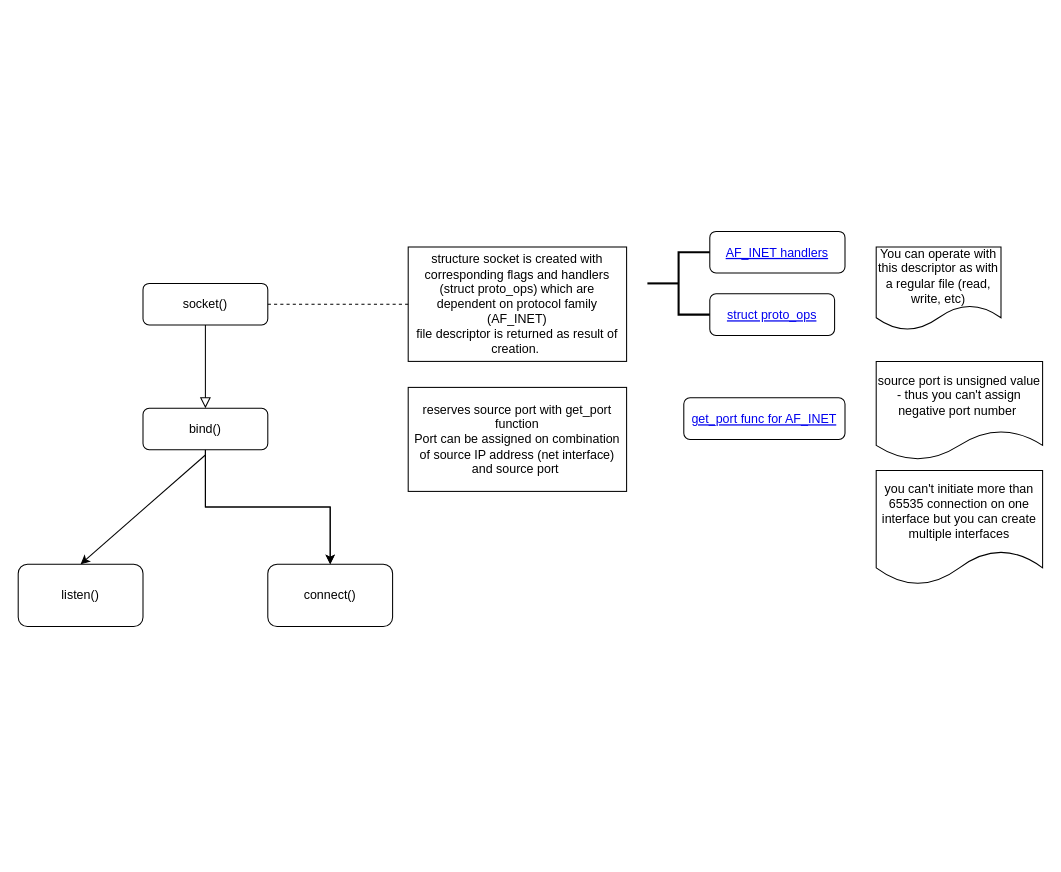
Before: tcp_article.drawio in etyvrox/blog, a draw.io diagram. Source tidied: cells renumbered, new cells numbered last; positions are measured from the earlier drawing's top-left corner, leaving out a move shared by most shapes. Both pictures are drawn from the tidied source at 104%, with x=0, y=0 at pixel (18, 231).
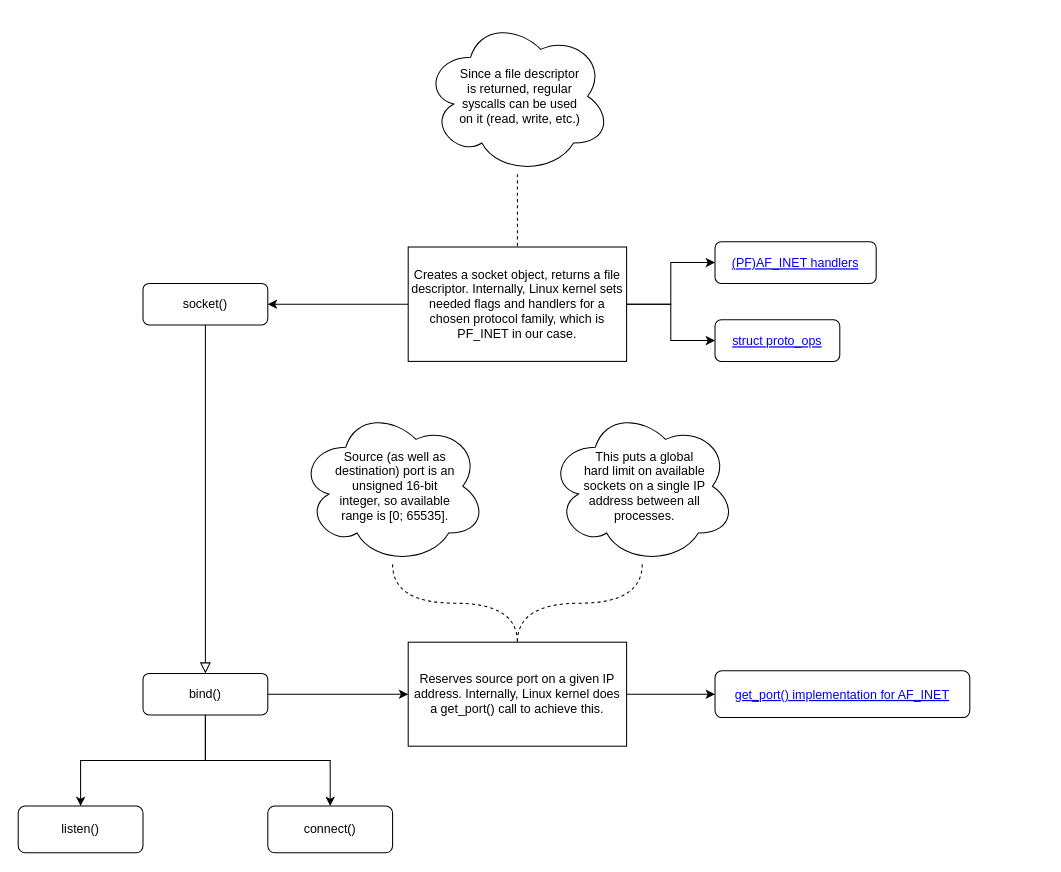
Above is the later version.

Commit message:
tcp_article: prettify

Unchanged cells that the change refers to:
```xml
<mxCell id="3" value="socket()" style="rounded=1;whiteSpace=wrap;html=1;fontSize=12;glass=0;strokeWidth=1;shadow=0;" parent="1" vertex="1">
  <mxGeometry x="120" y="50" width="120" height="40" as="geometry" />
</mxCell>
```

The edit, as a diff of the source:
```diff
@@
+    <mxCell id="20" style="edgeStyle=orthogonalEdgeStyle;rounded=0;jettySize=auto;html=1;entryX=1;entryY=0.5;entryDx=0;entryDy=0;" parent="1" edge="1" source="4" target="3">
+      <mxGeometry relative="1" as="geometry" />
+    </mxCell>
-    <mxCell id="4" value="structure socket is created with corresponding flags and handlers (struct proto_ops) which are dependent on protocol family (AF_INET)&lt;br&gt;file descriptor is returned as result of creation.&amp;nbsp;" style="whiteSpace=wrap;html=1;" parent="1" vertex="1">
+    <mxCell id="4" value="Creates a socket object, returns a file descriptor. Internally, Linux kernel sets needed flags and handlers for a chosen protocol family, which is PF_INET in our case." style="whiteSpace=wrap;html=1;spacingLeft=2;spacingRight=2;" parent="1" vertex="1">
       <mxGeometry x="375" y="15" width="210" height="110" as="geometry" />
     </mxCell>
-    <mxCell id="5" style="endArrow=none;dashed=1;html=1;rounded=0;entryX=0;entryY=0.5;entryDx=0;entryDy=0;exitX=1;exitY=0.5;exitDx=0;exitDy=0;" parent="1" edge="1" source="3" target="4">
-      <mxGeometry relative="1" as="geometry" />
-    </mxCell>
+    <mxCell id="21" style="edgeStyle=orthogonalEdgeStyle;rounded=0;jettySize=auto;html=1;startArrow=classic;startFill=1;endArrow=none;endFill=0;" parent="1" edge="1" source="6" target="4">
+      <mxGeometry relative="1" as="geometry" />
+    </mxCell>
-    <mxCell id="6" value="AF_INET handlers" style="fontColor=#0000EE;fontStyle=4;rounded=1;overflow=hidden;spacing=10;" parent="1" vertex="1">
-      <mxGeometry x="665" width="130" height="40" as="geometry" />
+    <mxCell id="6" value="(PF)AF_INET handlers" style="fontColor=#0000EE;fontStyle=4;rounded=1;overflow=hidden;spacing=10;" parent="1" vertex="1">
+      <mxGeometry x="670" y="10" width="155" height="40" as="geometry" />
     </mxCell>
+    <mxCell id="22" style="edgeStyle=orthogonalEdgeStyle;rounded=0;jettySize=auto;html=1;endArrow=none;endFill=0;startArrow=classic;startFill=1;" parent="1" edge="1" source="7" target="4">
+      <mxGeometry relative="1" as="geometry" />
+    </mxCell>
     <mxCell id="7" value="struct proto_ops" style="fontColor=#0000EE;fontStyle=4;rounded=1;overflow=hidden;spacing=10;" parent="1" vertex="1">
-      <mxGeometry x="665" y="60" width="120" height="40" as="geometry" />
+      <mxGeometry x="670" y="85" width="120" height="40" as="geometry" />
     </mxCell>
-    <mxCell id="8" style="strokeWidth=2;html=1;shape=mxgraph.flowchart.annotation_2;align=left;labelPosition=right;" parent="1" vertex="1">
-      <mxGeometry x="605" y="20" width="60" height="60" as="geometry" />
-    </mxCell>
-    <mxCell id="9" value="You can operate with this descriptor as with a regular file (read, write, etc)" style="shape=document;whiteSpace=wrap;html=1;boundedLbl=1;" parent="1" vertex="1">
-      <mxGeometry x="825" y="15" width="120" height="80" as="geometry" />
-    </mxCell>
-    <mxCell id="10" style="edgeStyle=orthogonalEdgeStyle;rounded=0;jettySize=auto;html=1;" parent="1" edge="1" source="12" target="17">
-      <mxGeometry relative="1" as="geometry" />
-    </mxCell>
-    <mxCell id="11" style="edgeStyle=orthogonalEdgeStyle;rounded=0;jettySize=auto;html=1;" parent="1" edge="1" source="12" target="17">
-      <mxGeometry relative="1" as="geometry" />
-    </mxCell>
+    <mxCell id="23" style="edgeStyle=orthogonalEdgeStyle;rounded=0;jettySize=auto;html=1;" parent="1" edge="1" source="12" target="18">
+      <mxGeometry relative="1" as="geometry" />
+    </mxCell>
+    <mxCell id="24" style="edgeStyle=orthogonalEdgeStyle;rounded=0;jettySize=auto;html=1;entryX=0.5;entryY=0;entryDx=0;entryDy=0;" parent="1" edge="1" source="12" target="17">
+      <mxGeometry relative="1" as="geometry" />
+    </mxCell>
+    <mxCell id="25" style="edgeStyle=orthogonalEdgeStyle;rounded=0;jettySize=auto;html=1;entryX=0;entryY=0.5;entryDx=0;entryDy=0;" parent="1" edge="1" source="12" target="13">
+      <mxGeometry relative="1" as="geometry" />
+    </mxCell>
     <mxCell id="12" value="bind()" style="rounded=1;whiteSpace=wrap;html=1;fontSize=12;glass=0;strokeWidth=1;shadow=0;" parent="1" vertex="1">
-      <mxGeometry x="120" y="170" width="120" height="40" as="geometry" />
+      <mxGeometry x="120" y="425" width="120" height="40" as="geometry" />
     </mxCell>
-    <mxCell id="13" value="reserves source port with get_port function&lt;br&gt;Port can be assigned on combination of source IP address (net interface) and source port&amp;nbsp;" style="rounded=0;whiteSpace=wrap;html=1;" parent="1" vertex="1">
-      <mxGeometry x="375" y="150" width="210" height="100" as="geometry" />
+    <mxCell id="13" value="Reserves source port on a given IP address. Internally, Linux kernel does a get_port() call to achieve this." style="rounded=0;whiteSpace=wrap;html=1;spacingLeft=2;spacingRight=2;" parent="1" vertex="1">
+      <mxGeometry x="375" y="395" width="210" height="100" as="geometry" />
     </mxCell>
+    <mxCell id="26" style="edgeStyle=orthogonalEdgeStyle;rounded=0;jettySize=auto;html=1;endArrow=none;endFill=0;startArrow=classic;startFill=1;" parent="1" edge="1" source="14" target="13">
+      <mxGeometry relative="1" as="geometry" />
+    </mxCell>
-    <mxCell id="14" value="get_port func for AF_INET" style="fontColor=#0000EE;fontStyle=4;rounded=1;overflow=hidden;spacing=10;" parent="1" vertex="1">
-      <mxGeometry x="640" y="160" width="155" height="40" as="geometry" />
+    <mxCell id="14" value="get_port() implementation for AF_INET" style="fontColor=#0000EE;fontStyle=4;rounded=1;overflow=hidden;spacing=10;" parent="1" vertex="1">
+      <mxGeometry x="670" y="422.5" width="245" height="45" as="geometry" />
     </mxCell>
-    <mxCell id="15" value="source port is unsigned value - thus you can't assign negative port number&amp;nbsp;" style="shape=document;whiteSpace=wrap;html=1;boundedLbl=1;" parent="1" vertex="1">
-      <mxGeometry x="825" y="125" width="160" height="95" as="geometry" />
-    </mxCell>
-    <mxCell id="16" value="you can't initiate more than 65535 connection on one interface but you can create multiple interfaces" style="shape=document;whiteSpace=wrap;html=1;boundedLbl=1;" parent="1" vertex="1">
-      <mxGeometry x="825" y="230" width="160" height="110" as="geometry" />
-    </mxCell>
     <mxCell id="17" value="connect()" style="whiteSpace=wrap;html=1;rounded=1;glass=0;strokeWidth=1;shadow=0;" parent="1" vertex="1">
-      <mxGeometry x="240" y="320" width="120" height="60" as="geometry" />
+      <mxGeometry x="240" y="552.5" width="120" height="45" as="geometry" />
     </mxCell>
     <mxCell id="18" value="listen()" style="rounded=1;whiteSpace=wrap;html=1;" parent="1" vertex="1">
-      <mxGeometry y="320" width="120" height="60" as="geometry" />
+      <mxGeometry y="552.5" width="120" height="45" as="geometry" />
     </mxCell>
-    <mxCell id="19" style="endArrow=classic;html=1;rounded=0;entryX=0.5;entryY=0;entryDx=0;entryDy=0;" parent="1" edge="1" target="18">
-      <mxGeometry relative="1" as="geometry">
-        <mxPoint x="180" y="215" as="sourcePoint" />
-      </mxGeometry>
-    </mxCell>
+    <mxCell id="27" style="edgeStyle=orthogonalEdgeStyle;rounded=0;jettySize=auto;html=1;entryX=0.5;entryY=0;entryDx=0;entryDy=0;curved=1;dashed=1;endArrow=none;endFill=0;" parent="1" edge="1" source="28" target="4">
+      <mxGeometry relative="1" as="geometry" />
+    </mxCell>
+    <mxCell id="28" value="&lt;div style=&quot;&quot;&gt;&lt;span style=&quot;background-color: initial;&quot;&gt;Since a file descriptor is returned, regular syscalls can be used on it (read, write, etc.)&lt;/span&gt;&lt;/div&gt;" style="ellipse;shape=cloud;whiteSpace=wrap;html=1;align=center;perimeterSpacing=0;spacingTop=0;spacingLeft=31;spacingRight=26;" parent="1" vertex="1">
+      <mxGeometry x="390" y="-205" width="180" height="150" as="geometry" />
+    </mxCell>
+    <mxCell id="29" style="edgeStyle=orthogonalEdgeStyle;rounded=0;jettySize=auto;html=1;entryX=0.5;entryY=0;entryDx=0;entryDy=0;dashed=1;startArrow=none;startFill=0;endArrow=none;endFill=0;curved=1;" parent="1" edge="1" source="30" target="13">
+      <mxGeometry relative="1" as="geometry" />
+    </mxCell>
+    <mxCell id="30" value="&lt;div style=&quot;&quot;&gt;Source (as well as destination) port is an unsigned 16-bit integer, so available range is [0; 65535].&lt;br&gt;&lt;/div&gt;" style="ellipse;shape=cloud;whiteSpace=wrap;html=1;align=center;perimeterSpacing=0;spacingTop=0;spacingLeft=31;spacingRight=26;" parent="1" vertex="1">
+      <mxGeometry x="270" y="170" width="180" height="150" as="geometry" />
+    </mxCell>
+    <mxCell id="31" style="edgeStyle=orthogonalEdgeStyle;rounded=0;jettySize=auto;html=1;entryX=0.5;entryY=0;entryDx=0;entryDy=0;endArrow=none;endFill=0;dashed=1;curved=1;" parent="1" edge="1" source="32" target="13">
+      <mxGeometry relative="1" as="geometry" />
+    </mxCell>
+    <mxCell id="32" value="&lt;div style=&quot;&quot;&gt;This puts a global hard limit on available sockets on a single IP address between all processes.&lt;/div&gt;" style="ellipse;shape=cloud;whiteSpace=wrap;html=1;align=center;perimeterSpacing=0;spacingTop=0;spacingLeft=31;spacingRight=26;" parent="1" vertex="1">
+      <mxGeometry x="510" y="170" width="180" height="150" as="geometry" />
+    </mxCell>
```
